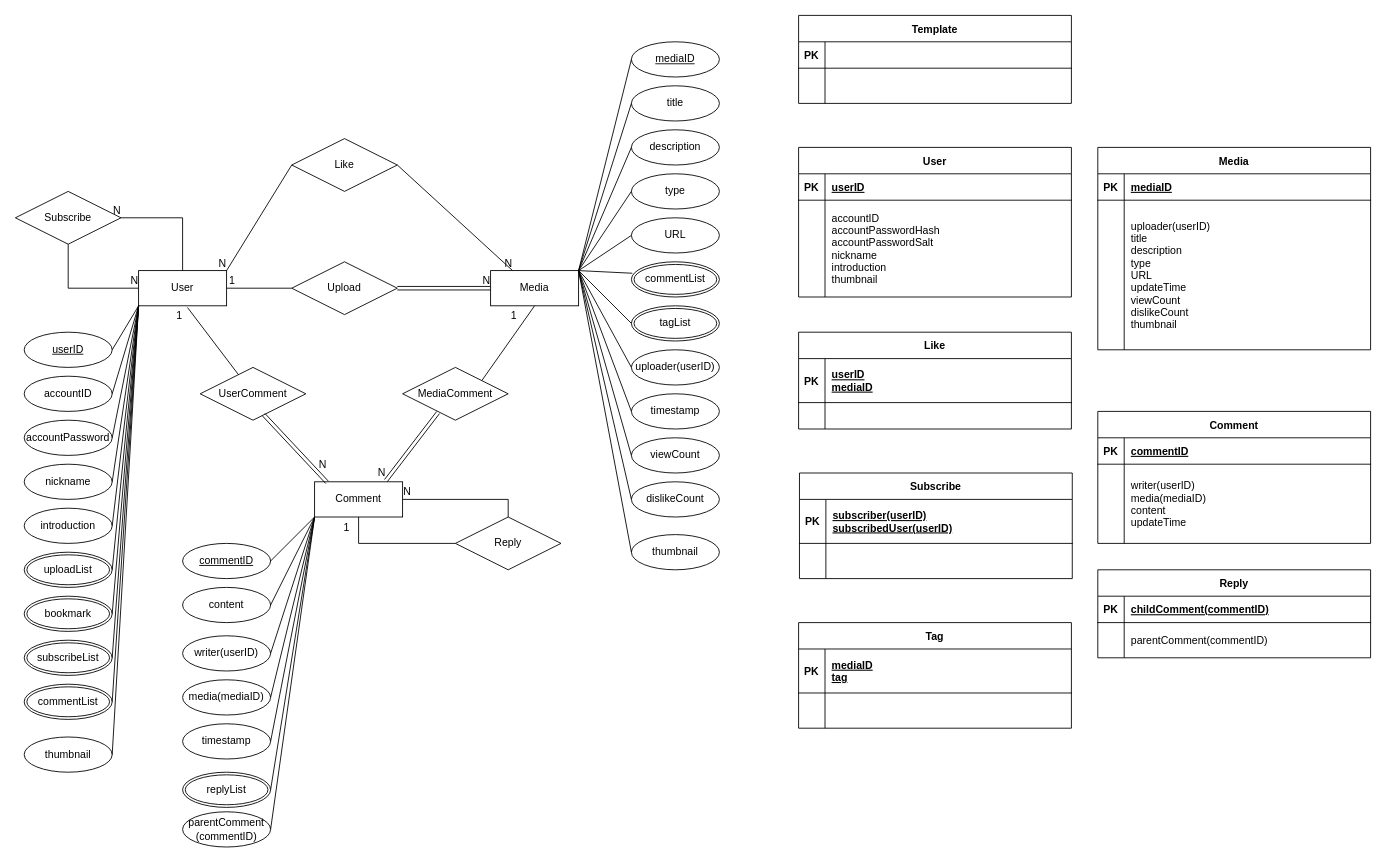
HubTea/MyMediaLibrary keeps this draw.io diagram as Schema.drawio. Above is the earlier version. Source tidied: cells renumbered, new cells numbered last; positions are measured from the earlier drawing's top-left corner, leaving out a move shared by most shapes. Both pictures are drawn from the tidied source at 88%, with x=0, y=0 at pixel (15, 15).
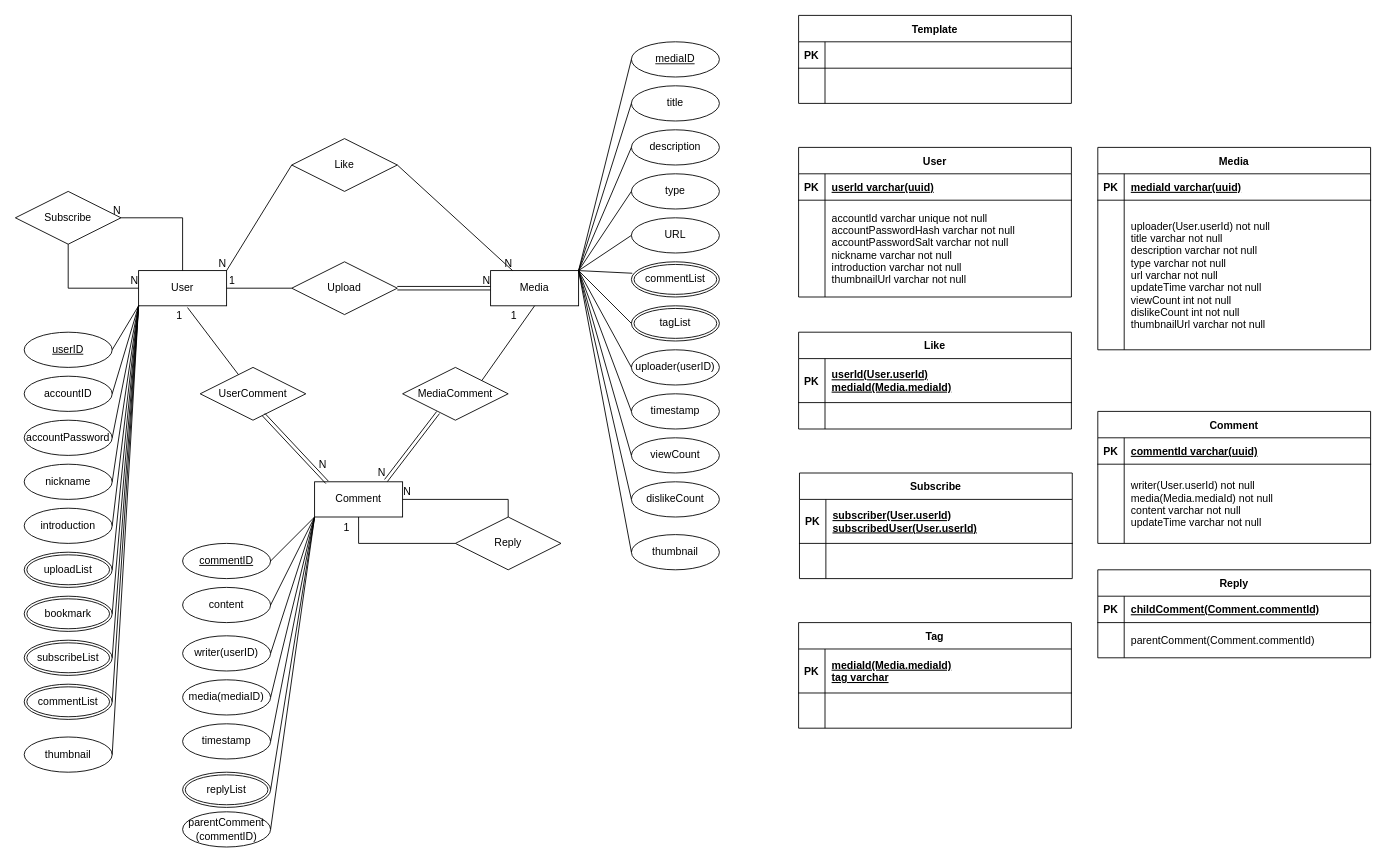
The same diagram, later.

The change refers to these unchanged cells:
```xml
<mxCell id="82" style="shape=tableRow;horizontal=0;startSize=0;swimlaneHead=0;swimlaneBody=0;fillColor=none;top=0;left=0;right=0;bottom=1;" parent="81" vertex="1">
  <mxGeometry y="30" width="310" height="30" as="geometry" />
</mxCell>
<mxCell id="85" style="shape=tableRow;horizontal=0;startSize=0;swimlaneHead=0;swimlaneBody=0;fillColor=none;top=0;left=0;right=0;bottom=0;" parent="81" vertex="1">
  <mxGeometry y="60" width="310" height="110" as="geometry" />
</mxCell>
<mxCell id="94" style="shape=tableRow;horizontal=0;startSize=0;swimlaneHead=0;swimlaneBody=0;fillColor=none;top=0;left=0;right=0;bottom=1;" parent="93" vertex="1">
  <mxGeometry y="30" width="310" height="50" as="geometry" />
</mxCell>
<mxCell id="108" style="shape=tableRow;horizontal=0;startSize=0;swimlaneHead=0;swimlaneBody=0;fillColor=none;top=0;left=0;right=0;bottom=1;" parent="107" vertex="1">
  <mxGeometry y="30" width="310" height="50" as="geometry" />
</mxCell>
<mxCell id="115" style="shape=tableRow;horizontal=0;startSize=0;swimlaneHead=0;swimlaneBody=0;fillColor=none;top=0;left=0;right=0;bottom=1;" parent="114" vertex="1">
  <mxGeometry y="30" width="310" height="30" as="geometry" />
</mxCell>
<mxCell id="118" style="shape=tableRow;horizontal=0;startSize=0;swimlaneHead=0;swimlaneBody=0;fillColor=none;top=0;left=0;right=0;bottom=0;" parent="114" vertex="1">
  <mxGeometry y="60" width="310" height="170" as="geometry" />
</mxCell>
<mxCell id="122" style="shape=tableRow;horizontal=0;startSize=0;swimlaneHead=0;swimlaneBody=0;fillColor=none;top=0;left=0;right=0;bottom=1;" parent="121" vertex="1">
  <mxGeometry y="30" width="310" height="30" as="geometry" />
</mxCell>
<mxCell id="125" style="shape=tableRow;horizontal=0;startSize=0;swimlaneHead=0;swimlaneBody=0;fillColor=none;top=0;left=0;right=0;bottom=0;" parent="121" vertex="1">
  <mxGeometry y="60" width="310" height="90" as="geometry" />
</mxCell>
<mxCell id="130" style="shape=tableRow;horizontal=0;startSize=0;swimlaneHead=0;swimlaneBody=0;fillColor=none;top=0;left=0;right=0;bottom=1;" parent="129" vertex="1">
  <mxGeometry y="30" width="310" height="30" as="geometry" />
</mxCell>
<mxCell id="133" style="shape=tableRow;horizontal=0;startSize=0;swimlaneHead=0;swimlaneBody=0;fillColor=none;top=0;left=0;right=0;bottom=0;" parent="129" vertex="1">
  <mxGeometry y="60" width="310" height="40" as="geometry" />
</mxCell>
<mxCell id="139" style="shape=tableRow;horizontal=0;startSize=0;swimlaneHead=0;swimlaneBody=0;fillColor=none;top=0;left=0;right=0;bottom=1;" parent="138" vertex="1">
  <mxGeometry y="30" width="310" height="50" as="geometry" />
</mxCell>
```

What changed in the source:
```diff
@@
-    <mxCell id="84" value="userID" style="shape=partialRectangle;fillColor=none;top=0;left=0;bottom=0;right=0;align=left;spacingLeft=6;fontStyle=5;overflow=hidden;" parent="82" vertex="1">
+    <mxCell id="84" value="userId varchar(uuid)" style="shape=partialRectangle;fillColor=none;top=0;left=0;bottom=0;right=0;align=left;spacingLeft=6;fontStyle=5;overflow=hidden;" parent="82" vertex="1">
       <mxGeometry x="30" width="280" height="30" as="geometry" />
     </mxCell>
@@
-    <mxCell id="87" value="accountID&#10;accountPasswordHash&#10;accountPasswordSalt&#10;nickname&#10;introduction&#10;thumbnail" style="shape=partialRectangle;fillColor=none;top=0;left=0;bottom=0;right=0;align=left;spacingLeft=6;overflow=hidden;" parent="85" vertex="1">
+    <mxCell id="87" value="accountId varchar unique not null&#10;accountPasswordHash varchar not null&#10;accountPasswordSalt varchar not null&#10;nickname varchar not null&#10;introduction varchar not null&#10;thumbnailUrl varchar not null" style="shape=partialRectangle;fillColor=none;top=0;left=0;bottom=0;right=0;align=left;spacingLeft=6;overflow=hidden;" parent="85" vertex="1">
       <mxGeometry x="30" width="280" height="110" as="geometry" />
     </mxCell>
@@
-    <mxCell id="96" value="userID&#10;mediaID" style="shape=partialRectangle;fillColor=none;top=0;left=0;bottom=0;right=0;align=left;spacingLeft=6;fontStyle=5;overflow=hidden;" parent="94" vertex="1">
+    <mxCell id="96" value="userId(User.userId)&#10;mediaId(Media.mediaId)" style="shape=partialRectangle;fillColor=none;top=0;left=0;bottom=0;right=0;align=left;spacingLeft=6;fontStyle=5;overflow=hidden;" parent="94" vertex="1">
       <mxGeometry x="30" width="280" height="50" as="geometry" />
     </mxCell>
@@
-    <mxCell id="110" value="subscriber(userID)&#10;subscribedUser(userID)" style="shape=partialRectangle;fillColor=none;top=0;left=0;bottom=0;right=0;align=left;spacingLeft=6;fontStyle=5;overflow=hidden;" parent="108" vertex="1">
+    <mxCell id="110" value="subscriber(User.userId)&#10;subscribedUser(User.userId)" style="shape=partialRectangle;fillColor=none;top=0;left=0;bottom=0;right=0;align=left;spacingLeft=6;fontStyle=5;overflow=hidden;" parent="108" vertex="1">
       <mxGeometry x="30" width="280" height="50" as="geometry" />
     </mxCell>
@@
-    <mxCell id="117" value="mediaID" style="shape=partialRectangle;fillColor=none;top=0;left=0;bottom=0;right=0;align=left;spacingLeft=6;fontStyle=5;overflow=hidden;" parent="115" vertex="1">
+    <mxCell id="117" value="mediaId varchar(uuid)" style="shape=partialRectangle;fillColor=none;top=0;left=0;bottom=0;right=0;align=left;spacingLeft=6;fontStyle=5;overflow=hidden;" parent="115" vertex="1">
       <mxGeometry x="30" width="280" height="30" as="geometry" />
     </mxCell>
@@
-    <mxCell id="120" value="uploader(userID)&#10;title&#10;description&#10;type&#10;URL&#10;updateTime&#10;viewCount&#10;dislikeCount&#10;thumbnail" style="shape=partialRectangle;fillColor=none;top=0;left=0;bottom=0;right=0;align=left;spacingLeft=6;overflow=hidden;" parent="118" vertex="1">
+    <mxCell id="120" value="uploader(User.userId) not null&#10;title varchar not null&#10;description varchar not null&#10;type varchar not null&#10;url varchar not null&#10;updateTime varchar not null&#10;viewCount int not null&#10;dislikeCount int not null&#10;thumbnailUrl varchar not null" style="shape=partialRectangle;fillColor=none;top=0;left=0;bottom=0;right=0;align=left;spacingLeft=6;overflow=hidden;" parent="118" vertex="1">
       <mxGeometry x="30" width="280" height="170" as="geometry" />
     </mxCell>
@@
-    <mxCell id="124" value="commentID" style="shape=partialRectangle;fillColor=none;top=0;left=0;bottom=0;right=0;align=left;spacingLeft=6;fontStyle=5;overflow=hidden;" parent="122" vertex="1">
+    <mxCell id="124" value="commentId varchar(uuid)" style="shape=partialRectangle;fillColor=none;top=0;left=0;bottom=0;right=0;align=left;spacingLeft=6;fontStyle=5;overflow=hidden;" parent="122" vertex="1">
       <mxGeometry x="30" width="280" height="30" as="geometry" />
     </mxCell>
@@
-    <mxCell id="127" value="writer(userID)&#10;media(mediaID)&#10;content&#10;updateTime" style="shape=partialRectangle;fillColor=none;top=0;left=0;bottom=0;right=0;align=left;spacingLeft=6;overflow=hidden;" parent="125" vertex="1">
+    <mxCell id="127" value="writer(User.userId) not null&#10;media(Media.mediaId) not null&#10;content varchar not null&#10;updateTime varchar not null" style="shape=partialRectangle;fillColor=none;top=0;left=0;bottom=0;right=0;align=left;spacingLeft=6;overflow=hidden;" parent="125" vertex="1">
       <mxGeometry x="30" width="280" height="90" as="geometry" />
     </mxCell>
@@
-    <mxCell id="132" value="childComment(commentID)" style="shape=partialRectangle;fillColor=none;top=0;left=0;bottom=0;right=0;align=left;spacingLeft=6;fontStyle=5;overflow=hidden;" parent="130" vertex="1">
+    <mxCell id="132" value="childComment(Comment.commentId)" style="shape=partialRectangle;fillColor=none;top=0;left=0;bottom=0;right=0;align=left;spacingLeft=6;fontStyle=5;overflow=hidden;" parent="130" vertex="1">
       <mxGeometry x="30" width="280" height="30" as="geometry" />
     </mxCell>
@@
-    <mxCell id="135" value="parentComment(commentID)" style="shape=partialRectangle;fillColor=none;top=0;left=0;bottom=0;right=0;align=left;spacingLeft=6;overflow=hidden;" parent="133" vertex="1">
+    <mxCell id="135" value="parentComment(Comment.commentId)" style="shape=partialRectangle;fillColor=none;top=0;left=0;bottom=0;right=0;align=left;spacingLeft=6;overflow=hidden;" parent="133" vertex="1">
       <mxGeometry x="30" width="280" height="40" as="geometry" />
     </mxCell>
@@
-    <mxCell id="141" value="mediaID&#10;tag" style="shape=partialRectangle;fillColor=none;top=0;left=0;bottom=0;right=0;align=left;spacingLeft=6;fontStyle=5;overflow=hidden;" parent="139" vertex="1">
+    <mxCell id="141" value="mediaId(Media.mediaId)&#10;tag varchar" style="shape=partialRectangle;fillColor=none;top=0;left=0;bottom=0;right=0;align=left;spacingLeft=6;fontStyle=5;overflow=hidden;" parent="139" vertex="1">
       <mxGeometry x="30" width="280" height="50" as="geometry" />
     </mxCell>
```
